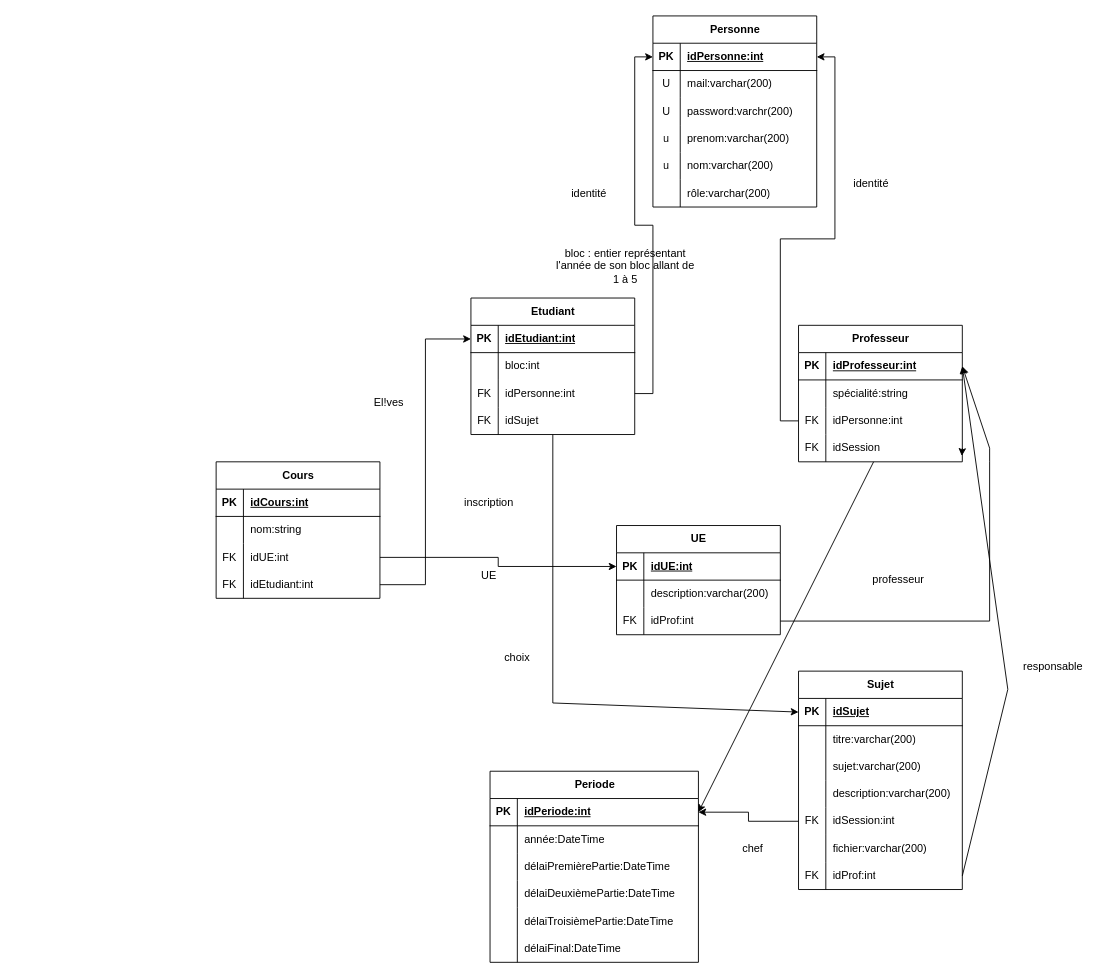
This is page "Schéma relationnel" (1 of 2) of Docs/diagrammes/entiteRelationBD.drawio from Eragon6080/ProjetLogiciel2024, a draw.io file, before an edit. Source tidied: cells renumbered, new cells numbered last; positions are measured from the earlier drawing's top-left corner, leaving out a move shared by most shapes. Both pictures are drawn from the tidied source at 91%, with x=0, y=0 at pixel (216, 15).
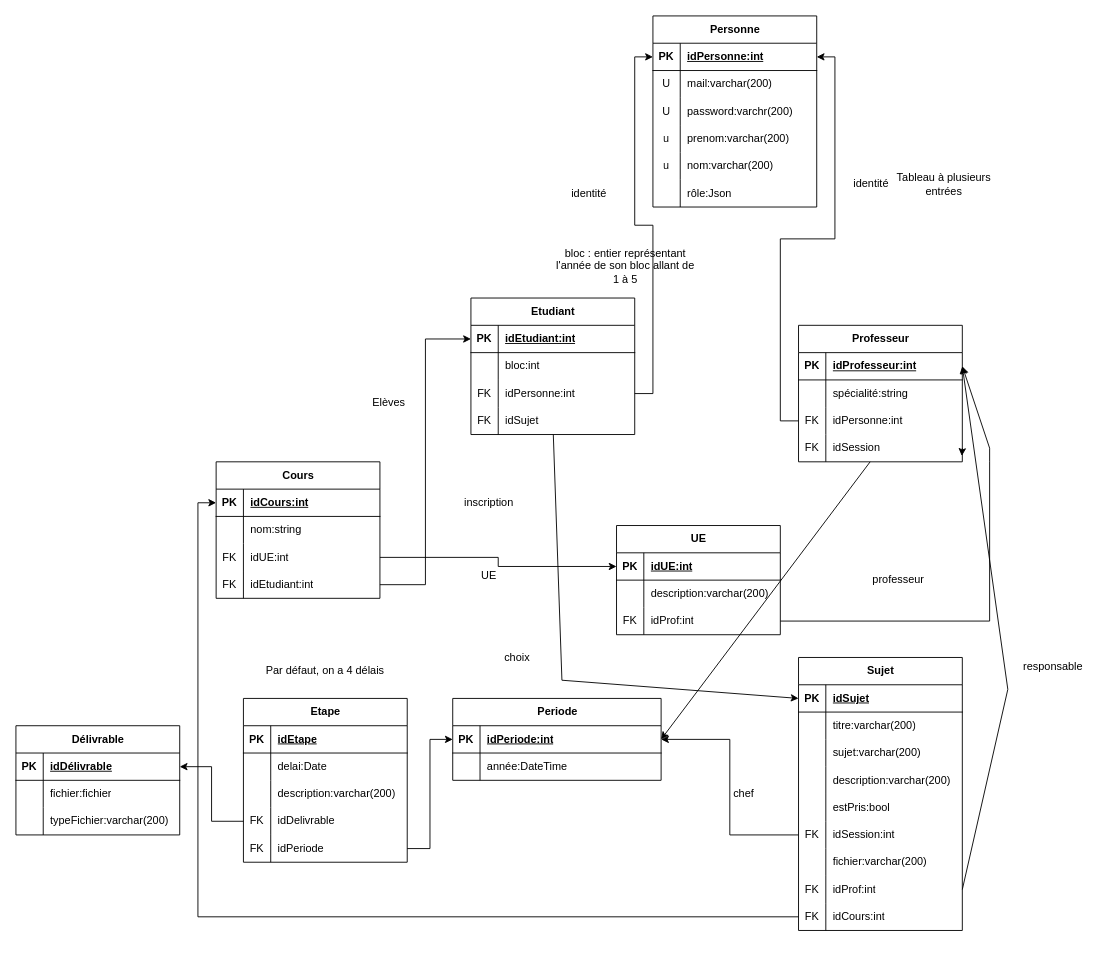
After the change.

Unchanged cells that the change refers to:
```xml
<mxCell id="3" style="shape=tableRow;horizontal=0;startSize=0;swimlaneHead=0;swimlaneBody=0;fillColor=none;points=[[0,0.5],[1,0.5]];portConstraint=eastwest;top=0;left=0;right=0;bottom=1;" parent="2" vertex="1">
  <mxGeometry y="30" width="180" height="30" as="geometry" />
</mxCell>
<mxCell id="42" style="shape=tableRow;horizontal=0;startSize=0;swimlaneHead=0;swimlaneBody=0;fillColor=none;top=0;left=0;right=0;bottom=0;" parent="26" vertex="1">
  <mxGeometry y="180" width="180" height="30" as="geometry" />
</mxCell>
<mxCell id="70" style="shape=tableRow;horizontal=0;startSize=0;swimlaneHead=0;swimlaneBody=0;fillColor=none;points=[[0,0.5],[1,0.5]];portConstraint=eastwest;top=0;left=0;right=0;bottom=0;" parent="60" vertex="1">
  <mxGeometry y="120" width="180" height="30" as="geometry" />
</mxCell>
<mxCell id="93" style="shape=tableRow;horizontal=0;startSize=0;swimlaneHead=0;swimlaneBody=0;fillColor=none;points=[[0,0.5],[1,0.5]];portConstraint=eastwest;top=0;left=0;right=0;bottom=1;" parent="92" vertex="1">
  <mxGeometry y="30" width="229" height="30" as="geometry" />
</mxCell>
<mxCell id="114" style="shape=tableRow;horizontal=0;startSize=0;swimlaneHead=0;swimlaneBody=0;fillColor=none;points=[[0,0.5],[1,0.5]];portConstraint=eastwest;top=0;left=0;right=0;bottom=1;" parent="113" vertex="1">
  <mxGeometry y="30" width="180" height="30" as="geometry" />
</mxCell>
```

What changed in the source:
```diff
@@
     <mxCell id="2" value="Sujet" style="shape=table;startSize=30;childLayout=tableLayout;rowLines=0;fontStyle=1;align=center;html=1;" parent="1" vertex="1">
-      <mxGeometry x="640" y="720" width="180" height="240" as="geometry" />
+      <mxGeometry x="640" y="705" width="180" height="300" as="geometry" />
     </mxCell>
@@
+    <mxCell id="132" style="shape=tableRow;horizontal=0;startSize=0;swimlaneHead=0;swimlaneBody=0;fillColor=none;top=0;left=0;right=0;bottom=0;" parent="2" vertex="1">
+      <mxGeometry y="150" width="180" height="30" as="geometry" />
+    </mxCell>
+    <mxCell id="133" style="shape=partialRectangle;fillColor=none;top=0;left=0;bottom=0;right=0;overflow=hidden;whiteSpace=wrap;html=1;" parent="132" vertex="1">
+      <mxGeometry width="30" height="30" as="geometry" />
+    </mxCell>
+    <mxCell id="134" value="estPris:bool" style="shape=partialRectangle;fillColor=none;top=0;left=0;bottom=0;right=0;align=left;spacingLeft=6;overflow=hidden;whiteSpace=wrap;html=1;" parent="132" vertex="1">
+      <mxGeometry x="30" width="150" height="30" as="geometry" />
+    </mxCell>
     <mxCell id="15" style="shape=tableRow;horizontal=0;startSize=0;swimlaneHead=0;swimlaneBody=0;fillColor=none;points=[[0,0.5],[1,0.5]];portConstraint=eastwest;top=0;left=0;right=0;bottom=0;" parent="2" vertex="1">
-      <mxGeometry y="150" width="180" height="30" as="geometry" />
+      <mxGeometry y="180" width="180" height="30" as="geometry" />
     </mxCell>
@@
     <mxCell id="18" style="shape=tableRow;horizontal=0;startSize=0;swimlaneHead=0;swimlaneBody=0;fillColor=none;top=0;left=0;right=0;bottom=0;" parent="2" vertex="1">
-      <mxGeometry y="180" width="180" height="30" as="geometry" />
+      <mxGeometry y="210" width="180" height="30" as="geometry" />
     </mxCell>
@@
     <mxCell id="21" style="shape=tableRow;horizontal=0;startSize=0;swimlaneHead=0;swimlaneBody=0;fillColor=none;points=[[0,0.5],[1,0.5]];portConstraint=eastwest;top=0;left=0;right=0;bottom=0;" parent="2" vertex="1">
-      <mxGeometry y="210" width="180" height="30" as="geometry" />
+      <mxGeometry y="240" width="180" height="30" as="geometry" />
     </mxCell>
@@
+    <mxCell id="135" style="shape=tableRow;horizontal=0;startSize=0;swimlaneHead=0;swimlaneBody=0;fillColor=none;points=[[0,0.5],[1,0.5]];portConstraint=eastwest;top=0;left=0;right=0;bottom=0;" parent="2" vertex="1">
+      <mxGeometry y="270" width="180" height="30" as="geometry" />
+    </mxCell>
+    <mxCell id="136" value="FK" style="shape=partialRectangle;fillColor=none;top=0;left=0;bottom=0;right=0;overflow=hidden;whiteSpace=wrap;html=1;" parent="135" vertex="1">
+      <mxGeometry width="30" height="30" as="geometry" />
+    </mxCell>
+    <mxCell id="137" value="idCours:int" style="shape=partialRectangle;fillColor=none;top=0;left=0;bottom=0;right=0;align=left;spacingLeft=6;overflow=hidden;whiteSpace=wrap;html=1;" parent="135" vertex="1">
+      <mxGeometry x="30" width="150" height="30" as="geometry" />
+    </mxCell>
@@
-    <mxCell id="44" value="rôle:varchar(200)" style="shape=partialRectangle;fillColor=none;top=0;left=0;bottom=0;right=0;align=left;spacingLeft=6;overflow=hidden;whiteSpace=wrap;html=1;" parent="42" vertex="1">
+    <mxCell id="44" value="rôle:Json" style="shape=partialRectangle;fillColor=none;top=0;left=0;bottom=0;right=0;align=left;spacingLeft=6;overflow=hidden;whiteSpace=wrap;html=1;" parent="42" vertex="1">
       <mxGeometry x="30" width="150" height="30" as="geometry" />
     </mxCell>
@@
     <mxCell id="90" style="endArrow=classic;html=1;rounded=0;entryX=0;entryY=0.5;entryDx=0;entryDy=0;" parent="1" edge="1" source="70" target="3">
       <mxGeometry relative="1" as="geometry">
         <Array as="points">
-          <mxPoint x="370" y="755" />
+          <mxPoint x="380" y="730" />
         </Array>
       </mxGeometry>
     </mxCell>
@@
     <mxCell id="92" value="Periode" style="shape=table;startSize=30;childLayout=tableLayout;rowLines=0;fontStyle=1;align=center;html=1;" parent="1" vertex="1">
-      <mxGeometry x="301" y="830" width="229" height="210" as="geometry" />
+      <mxGeometry x="260" y="750" width="229" height="90" as="geometry" />
     </mxCell>
@@
-    <mxCell id="99" style="shape=tableRow;horizontal=0;startSize=0;swimlaneHead=0;swimlaneBody=0;fillColor=none;top=0;left=0;right=0;bottom=0;" parent="92" vertex="1">
-      <mxGeometry y="90" width="229" height="30" as="geometry" />
-    </mxCell>
-    <mxCell id="100" style="shape=partialRectangle;fillColor=none;top=0;left=0;bottom=0;right=0;overflow=hidden;whiteSpace=wrap;html=1;" parent="99" vertex="1">
-      <mxGeometry width="30" height="30" as="geometry" />
-    </mxCell>
-    <mxCell id="101" value="délaiPremièrePartie:DateTime" style="shape=partialRectangle;fillColor=none;top=0;left=0;bottom=0;right=0;align=left;spacingLeft=6;overflow=hidden;whiteSpace=wrap;html=1;" parent="99" vertex="1">
-      <mxGeometry x="30" width="199" height="30" as="geometry" />
-    </mxCell>
-    <mxCell id="102" style="shape=tableRow;horizontal=0;startSize=0;swimlaneHead=0;swimlaneBody=0;fillColor=none;top=0;left=0;right=0;bottom=0;" parent="92" vertex="1">
-      <mxGeometry y="120" width="229" height="30" as="geometry" />
-    </mxCell>
-    <mxCell id="103" style="shape=partialRectangle;fillColor=none;top=0;left=0;bottom=0;right=0;overflow=hidden;whiteSpace=wrap;html=1;" parent="102" vertex="1">
-      <mxGeometry width="30" height="30" as="geometry" />
-    </mxCell>
-    <mxCell id="104" value="délaiDeuxièmePartie:DateTime" style="shape=partialRectangle;fillColor=none;top=0;left=0;bottom=0;right=0;align=left;spacingLeft=6;overflow=hidden;whiteSpace=wrap;html=1;" parent="102" vertex="1">
-      <mxGeometry x="30" width="199" height="30" as="geometry" />
-    </mxCell>
-    <mxCell id="105" style="shape=tableRow;horizontal=0;startSize=0;swimlaneHead=0;swimlaneBody=0;fillColor=none;top=0;left=0;right=0;bottom=0;" parent="92" vertex="1">
-      <mxGeometry y="150" width="229" height="30" as="geometry" />
-    </mxCell>
-    <mxCell id="106" style="shape=partialRectangle;fillColor=none;top=0;left=0;bottom=0;right=0;overflow=hidden;whiteSpace=wrap;html=1;" parent="105" vertex="1">
-      <mxGeometry width="30" height="30" as="geometry" />
-    </mxCell>
-    <mxCell id="107" value="délaiTroisièmePartie:DateTime" style="shape=partialRectangle;fillColor=none;top=0;left=0;bottom=0;right=0;align=left;spacingLeft=6;overflow=hidden;whiteSpace=wrap;html=1;" parent="105" vertex="1">
-      <mxGeometry x="30" width="199" height="30" as="geometry" />
-    </mxCell>
-    <mxCell id="108" style="shape=tableRow;horizontal=0;startSize=0;swimlaneHead=0;swimlaneBody=0;fillColor=none;top=0;left=0;right=0;bottom=0;" parent="92" vertex="1">
-      <mxGeometry y="180" width="229" height="30" as="geometry" />
-    </mxCell>
-    <mxCell id="109" style="shape=partialRectangle;fillColor=none;top=0;left=0;bottom=0;right=0;overflow=hidden;whiteSpace=wrap;html=1;" parent="108" vertex="1">
-      <mxGeometry width="30" height="30" as="geometry" />
-    </mxCell>
-    <mxCell id="110" value="délaiFinal:DateTime" style="shape=partialRectangle;fillColor=none;top=0;left=0;bottom=0;right=0;align=left;spacingLeft=6;overflow=hidden;whiteSpace=wrap;html=1;" parent="108" vertex="1">
-      <mxGeometry x="30" width="199" height="30" as="geometry" />
-    </mxCell>
@@
-    <mxCell id="129" value="El!ves" style="text;html=1;align=center;verticalAlign=middle;whiteSpace=wrap;rounded=0;" parent="1" vertex="1">
+    <mxCell id="129" value="Elèves" style="text;html=1;align=center;verticalAlign=middle;whiteSpace=wrap;rounded=0;" parent="1" vertex="1">
       <mxGeometry x="160" y="410" width="60" height="30" as="geometry" />
     </mxCell>
@@
     <mxCell id="131" value="chef" style="text;html=1;align=center;verticalAlign=middle;whiteSpace=wrap;rounded=0;" parent="1" vertex="1">
-      <mxGeometry x="560" y="900" width="60" height="30" as="geometry" />
+      <mxGeometry x="550" y="840" width="60" height="30" as="geometry" />
     </mxCell>
+    <mxCell id="138" value="Tableau à plusieurs entrées" style="text;html=1;align=center;verticalAlign=middle;whiteSpace=wrap;rounded=0;" parent="1" vertex="1">
+      <mxGeometry x="740" y="170" width="120" height="30" as="geometry" />
+    </mxCell>
+    <mxCell id="139" style="edgeStyle=orthogonalEdgeStyle;rounded=0;jettySize=auto;html=1;exitX=0;exitY=0.5;exitDx=0;exitDy=0;entryX=0;entryY=0.5;entryDx=0;entryDy=0;" parent="1" edge="1" source="135" target="114">
+      <mxGeometry relative="1" as="geometry" />
+    </mxCell>
+    <mxCell id="140" value="Délivrable" style="shape=table;startSize=30;childLayout=tableLayout;rowLines=0;fontStyle=1;align=center;html=1;" parent="1" vertex="1">
+      <mxGeometry x="-220" y="780" width="180" height="120" as="geometry" />
+    </mxCell>
+    <mxCell id="141" style="shape=tableRow;horizontal=0;startSize=0;swimlaneHead=0;swimlaneBody=0;fillColor=none;points=[[0,0.5],[1,0.5]];portConstraint=eastwest;top=0;left=0;right=0;bottom=1;" parent="140" vertex="1">
+      <mxGeometry y="30" width="180" height="30" as="geometry" />
+    </mxCell>
+    <mxCell id="142" value="PK" style="shape=partialRectangle;fillColor=none;top=0;left=0;bottom=0;right=0;fontStyle=1;overflow=hidden;whiteSpace=wrap;html=1;" parent="141" vertex="1">
+      <mxGeometry width="30" height="30" as="geometry" />
+    </mxCell>
+    <mxCell id="143" value="idDélivrable" style="shape=partialRectangle;fillColor=none;top=0;left=0;bottom=0;right=0;align=left;spacingLeft=6;fontStyle=5;overflow=hidden;whiteSpace=wrap;html=1;" parent="141" vertex="1">
+      <mxGeometry x="30" width="150" height="30" as="geometry" />
+    </mxCell>
+    <mxCell id="144" style="shape=tableRow;horizontal=0;startSize=0;swimlaneHead=0;swimlaneBody=0;fillColor=none;top=0;left=0;right=0;bottom=0;" parent="140" vertex="1">
+      <mxGeometry y="60" width="180" height="30" as="geometry" />
+    </mxCell>
+    <mxCell id="145" style="shape=partialRectangle;fillColor=none;top=0;left=0;bottom=0;right=0;overflow=hidden;whiteSpace=wrap;html=1;" parent="144" vertex="1">
+      <mxGeometry width="30" height="30" as="geometry" />
+    </mxCell>
+    <mxCell id="146" value="fichier:fichier" style="shape=partialRectangle;fillColor=none;top=0;left=0;bottom=0;right=0;align=left;spacingLeft=6;overflow=hidden;whiteSpace=wrap;html=1;" parent="144" vertex="1">
+      <mxGeometry x="30" width="150" height="30" as="geometry" />
+    </mxCell>
+    <mxCell id="147" style="shape=tableRow;horizontal=0;startSize=0;swimlaneHead=0;swimlaneBody=0;fillColor=none;top=0;left=0;right=0;bottom=0;" parent="140" vertex="1">
+      <mxGeometry y="90" width="180" height="30" as="geometry" />
+    </mxCell>
+    <mxCell id="148" style="shape=partialRectangle;fillColor=none;top=0;left=0;bottom=0;right=0;overflow=hidden;whiteSpace=wrap;html=1;" parent="147" vertex="1">
+      <mxGeometry width="30" height="30" as="geometry" />
+    </mxCell>
+    <mxCell id="149" value="typeFichier:varchar(200)" style="shape=partialRectangle;fillColor=none;top=0;left=0;bottom=0;right=0;align=left;spacingLeft=6;overflow=hidden;whiteSpace=wrap;html=1;" parent="147" vertex="1">
+      <mxGeometry x="30" width="150" height="30" as="geometry" />
+    </mxCell>
+    <mxCell id="150" value="Etape" style="shape=table;startSize=30;childLayout=tableLayout;rowLines=0;fontStyle=1;align=center;html=1;" parent="1" vertex="1">
+      <mxGeometry x="30" y="750" width="180" height="180" as="geometry" />
+    </mxCell>
+    <mxCell id="151" style="shape=tableRow;horizontal=0;startSize=0;swimlaneHead=0;swimlaneBody=0;fillColor=none;top=0;left=0;right=0;bottom=1;" parent="150" vertex="1">
+      <mxGeometry y="30" width="180" height="30" as="geometry" />
+    </mxCell>
+    <mxCell id="152" value="PK" style="shape=partialRectangle;fillColor=none;top=0;left=0;bottom=0;right=0;fontStyle=1;overflow=hidden;whiteSpace=wrap;html=1;" parent="151" vertex="1">
+      <mxGeometry width="30" height="30" as="geometry" />
+    </mxCell>
+    <mxCell id="153" value="idEtape" style="shape=partialRectangle;fillColor=none;top=0;left=0;bottom=0;right=0;align=left;spacingLeft=6;fontStyle=5;overflow=hidden;whiteSpace=wrap;html=1;" parent="151" vertex="1">
+      <mxGeometry x="30" width="150" height="30" as="geometry" />
+    </mxCell>
+    <mxCell id="154" style="shape=tableRow;horizontal=0;startSize=0;swimlaneHead=0;swimlaneBody=0;fillColor=none;top=0;left=0;right=0;bottom=0;" parent="150" vertex="1">
+      <mxGeometry y="60" width="180" height="30" as="geometry" />
+    </mxCell>
+    <mxCell id="155" style="shape=partialRectangle;fillColor=none;top=0;left=0;bottom=0;right=0;overflow=hidden;whiteSpace=wrap;html=1;" parent="154" vertex="1">
+      <mxGeometry width="30" height="30" as="geometry" />
+    </mxCell>
+    <mxCell id="156" value="delai:Date" style="shape=partialRectangle;fillColor=none;top=0;left=0;bottom=0;right=0;align=left;spacingLeft=6;overflow=hidden;whiteSpace=wrap;html=1;" parent="154" vertex="1">
+      <mxGeometry x="30" width="150" height="30" as="geometry" />
+    </mxCell>
+    <mxCell id="157" style="shape=tableRow;horizontal=0;startSize=0;swimlaneHead=0;swimlaneBody=0;fillColor=none;top=0;left=0;right=0;bottom=0;" parent="150" vertex="1">
+      <mxGeometry y="90" width="180" height="30" as="geometry" />
+    </mxCell>
+    <mxCell id="158" style="shape=partialRectangle;fillColor=none;top=0;left=0;bottom=0;right=0;overflow=hidden;whiteSpace=wrap;html=1;" parent="157" vertex="1">
+      <mxGeometry width="30" height="30" as="geometry" />
+    </mxCell>
+    <mxCell id="159" value="description:varchar(200)" style="shape=partialRectangle;fillColor=none;top=0;left=0;bottom=0;right=0;align=left;spacingLeft=6;overflow=hidden;whiteSpace=wrap;html=1;" parent="157" vertex="1">
+      <mxGeometry x="30" width="150" height="30" as="geometry" />
+    </mxCell>
+    <mxCell id="160" style="shape=tableRow;horizontal=0;startSize=0;swimlaneHead=0;swimlaneBody=0;fillColor=none;points=[[0,0.5],[1,0.5]];portConstraint=eastwest;top=0;left=0;right=0;bottom=0;" parent="150" vertex="1">
+      <mxGeometry y="120" width="180" height="30" as="geometry" />
+    </mxCell>
+    <mxCell id="161" value="FK" style="shape=partialRectangle;fillColor=none;top=0;left=0;bottom=0;right=0;overflow=hidden;whiteSpace=wrap;html=1;" parent="160" vertex="1">
+      <mxGeometry width="30" height="30" as="geometry" />
+    </mxCell>
+    <mxCell id="162" value="idDelivrable" style="shape=partialRectangle;fillColor=none;top=0;left=0;bottom=0;right=0;align=left;spacingLeft=6;overflow=hidden;whiteSpace=wrap;html=1;" parent="160" vertex="1">
+      <mxGeometry x="30" width="150" height="30" as="geometry" />
+    </mxCell>
+    <mxCell id="163" style="shape=tableRow;horizontal=0;startSize=0;swimlaneHead=0;swimlaneBody=0;fillColor=none;points=[[0,0.5],[1,0.5]];portConstraint=eastwest;top=0;left=0;right=0;bottom=0;" parent="150" vertex="1">
+      <mxGeometry y="150" width="180" height="30" as="geometry" />
+    </mxCell>
+    <mxCell id="164" value="FK" style="shape=partialRectangle;fillColor=none;top=0;left=0;bottom=0;right=0;overflow=hidden;whiteSpace=wrap;html=1;" parent="163" vertex="1">
+      <mxGeometry width="30" height="30" as="geometry" />
+    </mxCell>
+    <mxCell id="165" value="idPeriode" style="shape=partialRectangle;fillColor=none;top=0;left=0;bottom=0;right=0;align=left;spacingLeft=6;overflow=hidden;whiteSpace=wrap;html=1;" parent="163" vertex="1">
+      <mxGeometry x="30" width="150" height="30" as="geometry" />
+    </mxCell>
+    <mxCell id="166" style="edgeStyle=orthogonalEdgeStyle;rounded=0;jettySize=auto;html=1;exitX=0;exitY=0.5;exitDx=0;exitDy=0;" parent="1" edge="1" source="160" target="141">
+      <mxGeometry relative="1" as="geometry" />
+    </mxCell>
+    <mxCell id="167" style="edgeStyle=orthogonalEdgeStyle;rounded=0;jettySize=auto;html=1;exitX=1;exitY=0.5;exitDx=0;exitDy=0;entryX=0;entryY=0.5;entryDx=0;entryDy=0;" parent="1" edge="1" source="163" target="93">
+      <mxGeometry relative="1" as="geometry" />
+    </mxCell>
+    <mxCell id="168" value="Par défaut, on a 4 délais" style="text;html=1;align=center;verticalAlign=middle;whiteSpace=wrap;rounded=0;" parent="1" vertex="1">
+      <mxGeometry x="40" y="705" width="160" height="30" as="geometry" />
+    </mxCell>
```
